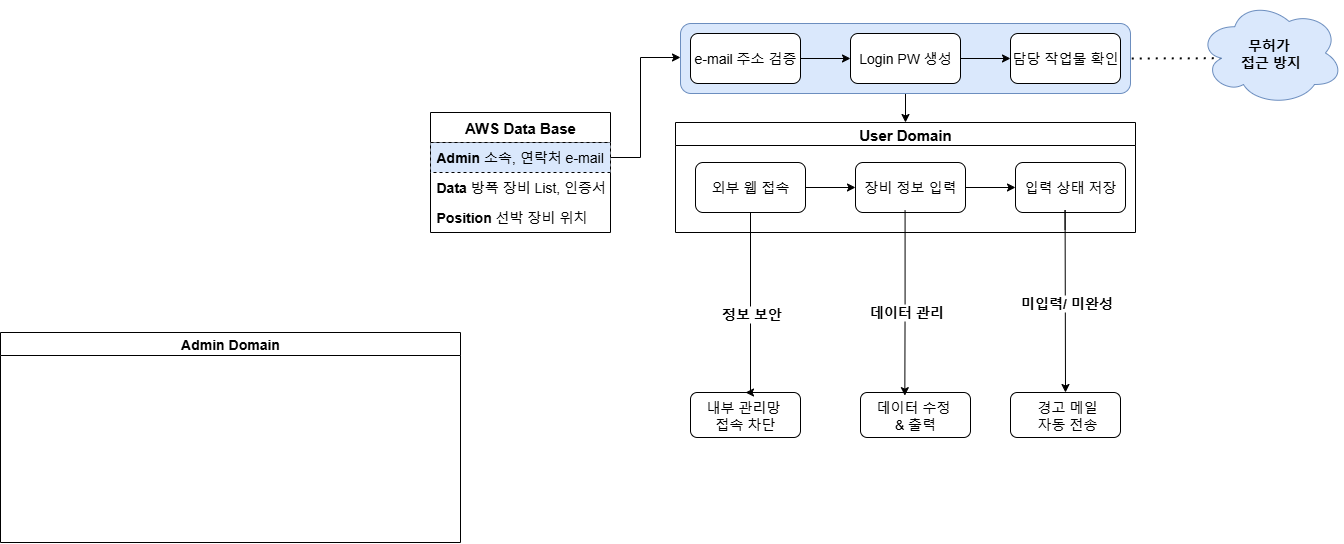
Above: workflow/1013.drawio.png in HD-Jinyeong/my_flask_app (draw.io), before the change. Source tidied: cells renumbered, new cells last; positions are measured from the earlier drawing's top-left corner, leaving out a move shared by most shapes.
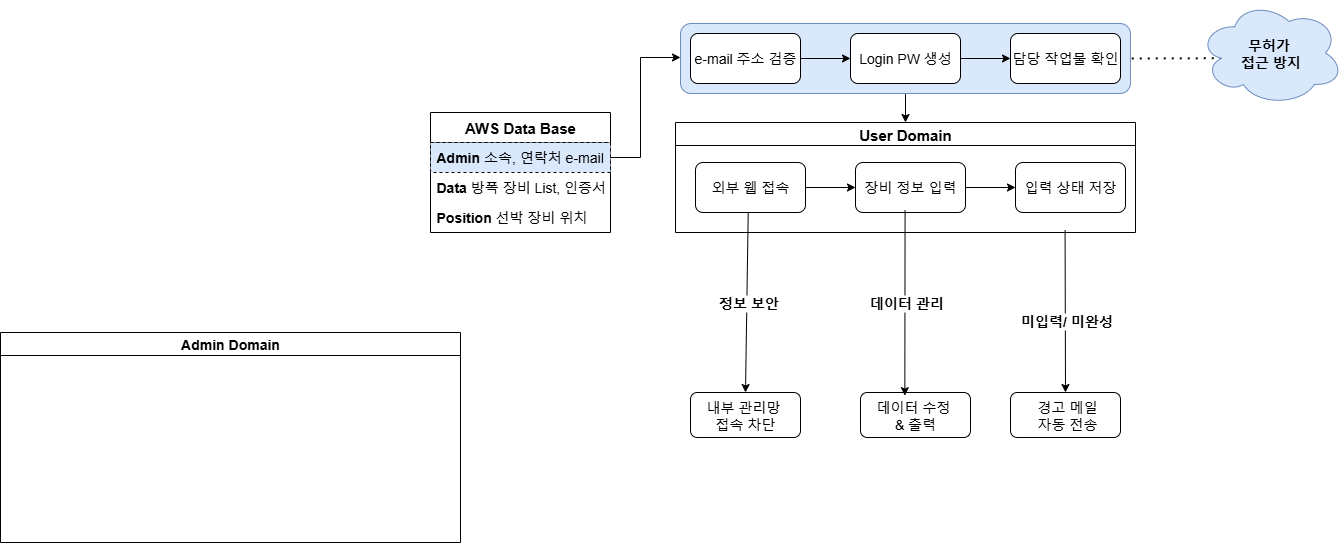
Later version of the same file.

What changed in the source:
```diff
@@ -49,14 +49,10 @@
     <mxCell id="15" value="&lt;font style=&quot;font-size: 14px;&quot;&gt;Admin Domain&lt;/font&gt;" style="swimlane;whiteSpace=wrap;html=1;" parent="1" vertex="1">
       <mxGeometry y="332" width="460" height="210" as="geometry" />
     </mxCell>
-    <mxCell id="16" style="edgeStyle=orthogonalEdgeStyle;rounded=0;orthogonalLoop=1;jettySize=auto;html=1;" parent="1" edge="1">
+    <mxCell id="16" style="rounded=0;orthogonalLoop=1;jettySize=auto;html=1;" parent="1" edge="1">
       <mxGeometry relative="1" as="geometry">
         <mxPoint x="1064.6" y="229.5" as="sourcePoint" />
         <mxPoint x="1065" y="392" as="targetPoint" />
-        <Array as="points">
-          <mxPoint x="1064.6" y="209.5" />
-          <mxPoint x="1064.6" y="209.5" />
-        </Array>
       </mxGeometry>
     </mxCell>
     <mxCell id="17" value="&lt;b&gt;&lt;font style=&quot;font-size: 14px;&quot;&gt;미입력/ 미완성&lt;/font&gt;&lt;/b&gt;" style="edgeLabel;html=1;align=center;verticalAlign=middle;" parent="16" vertex="1">
@@ -74,23 +70,15 @@
     <mxCell id="21" value="&lt;span style=&quot;font-size: 14px;&quot;&gt;내부 관리망&amp;nbsp;&lt;/span&gt;&lt;div&gt;&lt;span style=&quot;font-size: 14px;&quot;&gt;접속 차단&lt;/span&gt;&lt;/div&gt;" style="whiteSpace=wrap;html=1;rounded=1;" parent="1" vertex="1">
       <mxGeometry x="690" y="392" width="110" height="45" as="geometry" />
     </mxCell>
-    <mxCell id="22" style="edgeStyle=orthogonalEdgeStyle;rounded=0;jettySize=auto;html=1;entryX=0.5;entryY=0;entryDx=0;entryDy=0;" parent="1" edge="1" source="14" target="21">
-      <mxGeometry relative="1" as="geometry">
-        <Array as="points">
-          <mxPoint x="750" y="392" />
-        </Array>
-      </mxGeometry>
-    </mxCell>
-    <mxCell id="23" value="&lt;b&gt;&lt;font style=&quot;font-size: 14px;&quot;&gt;정보 보안&lt;/font&gt;&lt;/b&gt;" style="edgeLabel;html=1;align=center;verticalAlign=middle;" parent="22" vertex="1">
-      <mxGeometry x="0.1" y="1" relative="1" as="geometry" />
-    </mxCell>
-    <mxCell id="24" style="edgeStyle=orthogonalEdgeStyle;rounded=0;jettySize=auto;html=1;entryX=0.403;entryY=0.07;entryDx=0;entryDy=0;entryPerimeter=0;" parent="1" edge="1" target="19">
+    <mxCell id="24" style="rounded=0;jettySize=auto;html=1;entryX=0.403;entryY=0.07;entryDx=0;entryDy=0;entryPerimeter=0;" parent="1" edge="1" target="19">
       <mxGeometry relative="1" as="geometry">
         <mxPoint x="904.6" y="210" as="sourcePoint" />
       </mxGeometry>
     </mxCell>
     <mxCell id="25" value="&lt;b&gt;&lt;font style=&quot;font-size: 14px;&quot;&gt;데이터 관리&lt;/font&gt;&lt;/b&gt;" style="edgeLabel;html=1;align=center;verticalAlign=middle;" parent="24" vertex="1">
-      <mxGeometry x="0.1" y="1" relative="1" as="geometry" />
+      <mxGeometry x="0.1" y="1" relative="1" as="geometry">
+        <mxPoint y="-9" as="offset" />
+      </mxGeometry>
     </mxCell>
     <mxCell id="26" style="rounded=1;whiteSpace=wrap;html=1;fillColor=#dae8fc;strokeColor=#6c8ebf;" parent="1" vertex="1">
       <mxGeometry x="680" y="23" width="450" height="70" as="geometry" />
@@ -110,5 +98,15 @@
     <mxCell id="31" style="edgeStyle=orthogonalEdgeStyle;rounded=0;jettySize=auto;html=1;" parent="1" edge="1" source="28" target="29">
       <mxGeometry relative="1" as="geometry" />
     </mxCell>
+    <mxCell id="32" style="rounded=0;jettySize=auto;html=1;entryX=0.5;entryY=0;entryDx=0;entryDy=0;exitX=0.5;exitY=1;exitDx=0;exitDy=0;" parent="1" edge="1" target="21">
+      <mxGeometry relative="1" as="geometry">
+        <mxPoint x="747.7" y="212" as="sourcePoint" />
+      </mxGeometry>
+    </mxCell>
+    <mxCell id="23" value="&lt;b&gt;&lt;font style=&quot;font-size: 14px;&quot;&gt;정보 보안&lt;/font&gt;&lt;/b&gt;" style="edgeLabel;html=1;align=center;verticalAlign=middle;" parent="32" vertex="1">
+      <mxGeometry x="0.1" y="1" relative="1" as="geometry">
+        <mxPoint y="-9" as="offset" />
+      </mxGeometry>
+    </mxCell>
   </root>
 </mxGraphModel>
```
